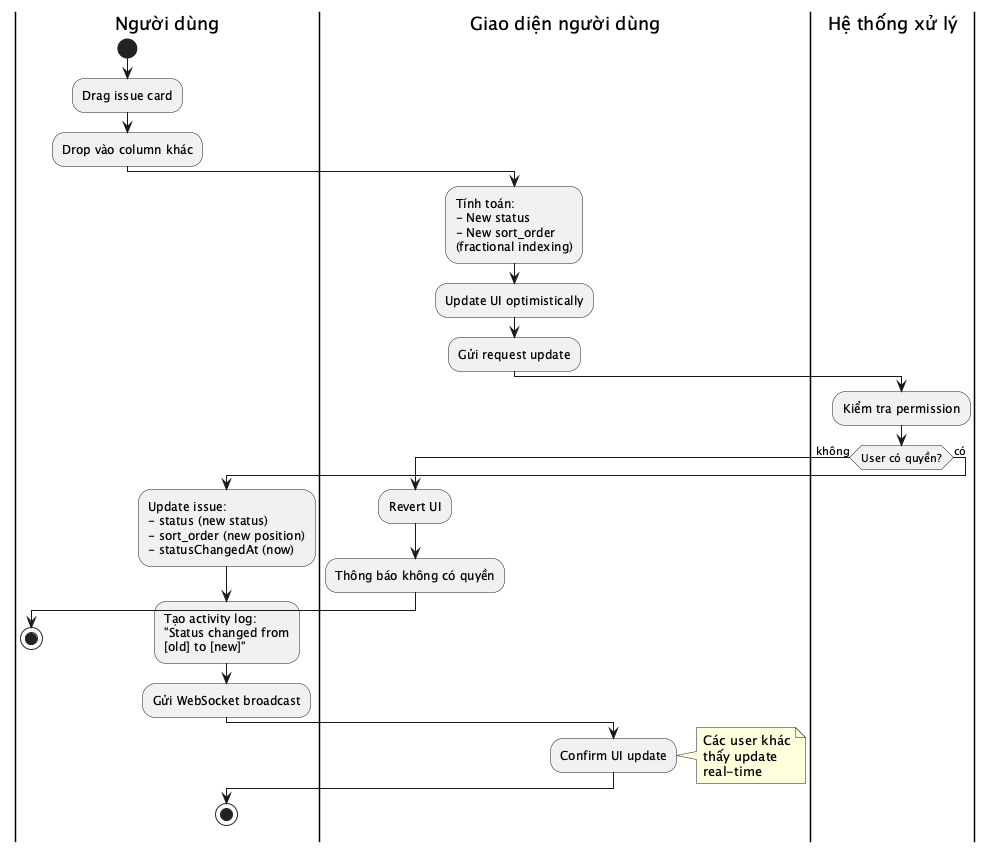
toantran292/datn keeps this PlantUML diagram as reports/dat-examples/report/images/act_drag_drop_issue.png. Above is the earlier version.
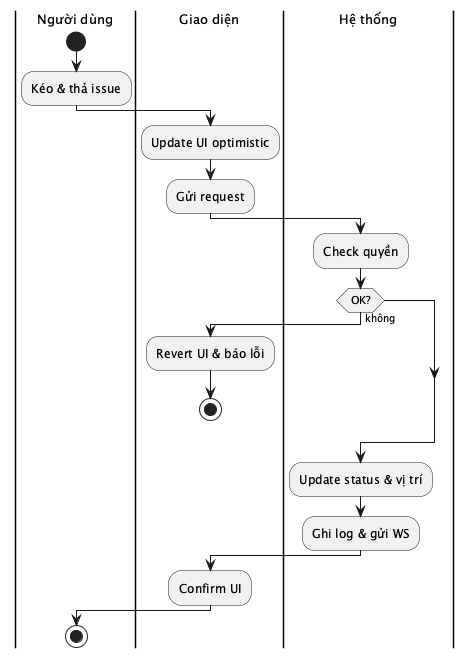
After the change.

Change to the diagram source:
```diff
@@ -1,40 +1,34 @@
 @startuml act_drag_drop_issue
+skinparam defaultFontSize 13
+skinparam activityFontSize 12
+skinparam activityDiamondFontSize 11
+skinparam activityArrowFontSize 10
+skinparam partitionFontSize 13
+
 |Người dùng|
 start
-:Drag issue card;
-:Drop vào column khác;
-|Giao diện người dùng|
-:Tính toán:
-- New status
-- New sort_order
-(fractional indexing);
-:Update UI optimistically;
-:Gửi request update;
-|Hệ thống xử lý|
-:Kiểm tra permission;
-if (User có quyền?) then (không)
-  |Giao diện người dùng|
-  :Revert UI;
-  :Thông báo không có quyền;
-  |Người dùng|
-  stop
-else (có)
-  :Update issue:
-  - status (new status)
-  - sort_order (new position)
-  - statusChangedAt (now);
-  :Tạo activity log:
-  "Status changed from
-  [old] to [new]";
-  :Gửi WebSocket broadcast;
-  |Giao diện người dùng|
-  :Confirm UI update;
-  note right
-    Các user khác
-    thấy update
-    real-time
-  end note
-  |Người dùng|
+:Kéo & thả issue;
+
+|Giao diện|
+:Update UI optimistic;
+:Gửi request;
+
+|Hệ thống|
+:Check quyền;
+
+if (OK?) then (không)
+  |Giao diện|
+  :Revert UI & báo lỗi;
   stop
 endif
+
+|Hệ thống|
+:Update status & vị trí;
+:Ghi log & gửi WS;
+
+|Giao diện|
+:Confirm UI;
+
+|Người dùng|
+stop
 @enduml
```
